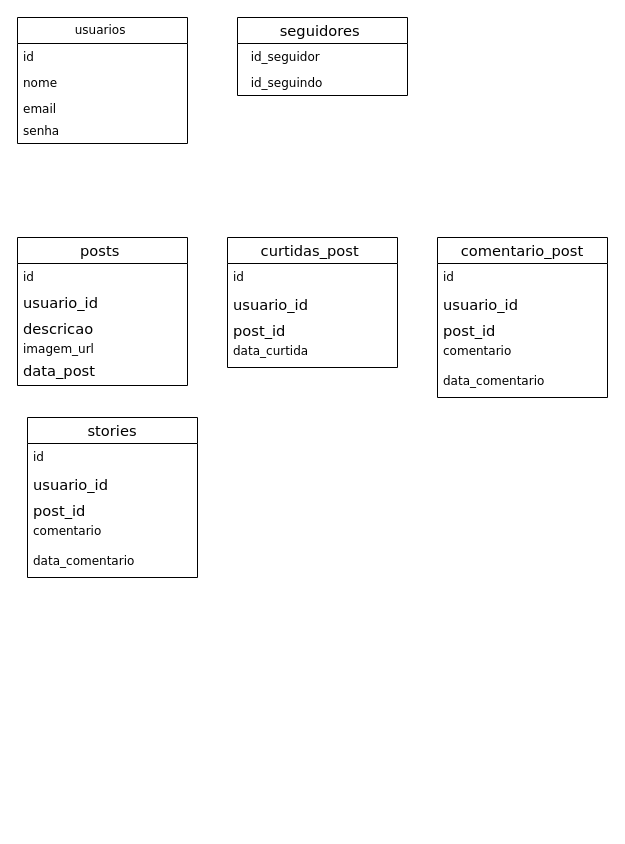
Before: instagram .drawio in gabrimota/Diagramas, a draw.io diagram. Source tidied: cells renumbered, new cells numbered last; positions are measured from the earlier drawing's top-left corner, leaving out a move shared by most shapes. Both pictures are drawn from the tidied source at 100%, with x=0, y=0 at pixel (17, 17).
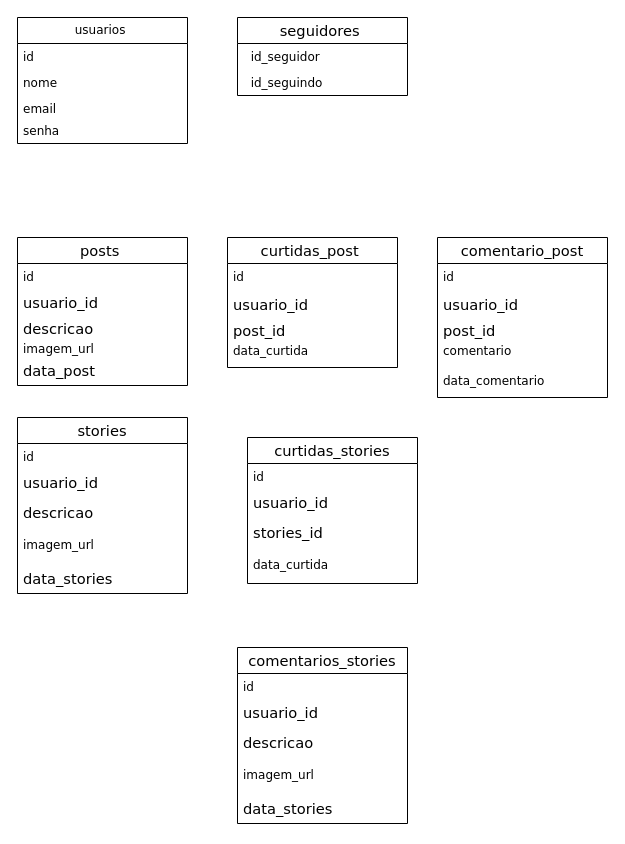
The same page after the edit.

Diff of the diagram source:
```diff
@@
     <mxCell id="27" value="&lt;span id=&quot;docs-internal-guid-b637a96a-7fff-86a3-83ad-5937b34f5723&quot;&gt;&lt;span style=&quot;font-size: 11pt; color: rgb(0, 0, 0); background-color: transparent; font-variant-numeric: normal; font-variant-east-asian: normal; font-variant-alternates: normal; font-variant-position: normal; font-variant-emoji: normal; vertical-align: baseline; white-space-collapse: preserve;&quot;&gt;stories&lt;/span&gt;&lt;/span&gt;" style="swimlane;fontStyle=0;horizontal=1;startSize=26;fillColor=none;whiteSpace=wrap;html=1;fontFamily=Verdana;" parent="1" vertex="1">
-      <mxGeometry x="10" y="400" width="170" height="160" as="geometry" />
+      <mxGeometry y="400" width="170" height="176" as="geometry" />
     </mxCell>
-    <mxCell id="28" value="id&amp;nbsp; &amp;nbsp;&amp;nbsp;" style="text;strokeColor=none;fillColor=none;align=left;verticalAlign=top;spacingLeft=4;spacingRight=4;overflow=hidden;whiteSpace=wrap;html=1;fontFamily=Verdana;" parent="27" vertex="1">
-      <mxGeometry y="26" width="170" height="26" as="geometry" />
-    </mxCell>
-    <mxCell id="29" value="&lt;span id=&quot;docs-internal-guid-b994578e-7fff-46da-24de-aa7fc4ab6b1c&quot;&gt;&lt;span style=&quot;font-size: 11pt; color: rgb(0, 0, 0); background-color: transparent; font-variant-numeric: normal; font-variant-east-asian: normal; font-variant-alternates: normal; font-variant-position: normal; font-variant-emoji: normal; vertical-align: baseline; white-space-collapse: preserve;&quot;&gt;usuario_id &lt;/span&gt;&lt;/span&gt;" style="text;strokeColor=none;fillColor=none;align=left;verticalAlign=top;spacingLeft=4;spacingRight=4;overflow=hidden;whiteSpace=wrap;html=1;fontFamily=Verdana;" parent="27" vertex="1">
-      <mxGeometry y="52" width="170" height="26" as="geometry" />
-    </mxCell>
-    <mxCell id="30" value="&lt;span id=&quot;docs-internal-guid-8b86d98f-7fff-773e-81e2-166032f2e981&quot;&gt;&lt;span style=&quot;font-size: 11pt; color: rgb(0, 0, 0); background-color: transparent; font-variant-numeric: normal; font-variant-east-asian: normal; font-variant-alternates: normal; font-variant-position: normal; font-variant-emoji: normal; vertical-align: baseline; white-space-collapse: preserve;&quot;&gt;post_id&lt;/span&gt;&lt;/span&gt;" style="text;strokeColor=none;fillColor=none;align=left;verticalAlign=top;spacingLeft=4;spacingRight=4;overflow=hidden;whiteSpace=wrap;html=1;fontFamily=Verdana;" parent="27" vertex="1">
-      <mxGeometry y="78" width="170" height="22" as="geometry" />
-    </mxCell>
-    <mxCell id="31" value="comentario" style="text;strokeColor=none;fillColor=none;align=left;verticalAlign=top;spacingLeft=4;spacingRight=4;overflow=hidden;whiteSpace=wrap;html=1;fontFamily=Verdana;" parent="27" vertex="1">
-      <mxGeometry y="100" width="170" height="30" as="geometry" />
-    </mxCell>
-    <mxCell id="32" value="data_comentario" style="text;strokeColor=none;fillColor=none;align=left;verticalAlign=top;spacingLeft=4;spacingRight=4;overflow=hidden;whiteSpace=wrap;html=1;fontFamily=Verdana;" parent="27" vertex="1">
-      <mxGeometry y="130" width="170" height="30" as="geometry" />
-    </mxCell>
+    <mxCell id="33" value="id&amp;nbsp;&amp;nbsp;" style="text;strokeColor=none;fillColor=none;align=left;verticalAlign=top;spacingLeft=4;spacingRight=4;overflow=hidden;whiteSpace=wrap;html=1;fontFamily=Verdana;" parent="27" vertex="1">
+      <mxGeometry y="26" width="170" height="24" as="geometry" />
+    </mxCell>
+    <mxCell id="34" value="&lt;span id=&quot;docs-internal-guid-b994578e-7fff-46da-24de-aa7fc4ab6b1c&quot;&gt;&lt;span style=&quot;font-size: 11pt; color: rgb(0, 0, 0); background-color: transparent; font-variant-numeric: normal; font-variant-east-asian: normal; font-variant-alternates: normal; font-variant-position: normal; font-variant-emoji: normal; vertical-align: baseline; white-space-collapse: preserve;&quot;&gt;usuario_id &lt;/span&gt;&lt;/span&gt;" style="text;strokeColor=none;fillColor=none;align=left;verticalAlign=top;spacingLeft=4;spacingRight=4;overflow=hidden;whiteSpace=wrap;html=1;fontFamily=Verdana;" parent="27" vertex="1">
+      <mxGeometry y="50" width="170" height="30" as="geometry" />
+    </mxCell>
+    <mxCell id="35" value="&lt;span id=&quot;docs-internal-guid-8b86d98f-7fff-773e-81e2-166032f2e981&quot;&gt;&lt;span style=&quot;font-size: 11pt; color: rgb(0, 0, 0); background-color: transparent; font-variant-numeric: normal; font-variant-east-asian: normal; font-variant-alternates: normal; font-variant-position: normal; font-variant-emoji: normal; vertical-align: baseline; white-space-collapse: preserve;&quot;&gt;descricao &lt;/span&gt;&lt;/span&gt;" style="text;strokeColor=none;fillColor=none;align=left;verticalAlign=top;spacingLeft=4;spacingRight=4;overflow=hidden;whiteSpace=wrap;html=1;fontFamily=Verdana;" parent="27" vertex="1">
+      <mxGeometry y="80" width="170" height="34" as="geometry" />
+    </mxCell>
+    <mxCell id="36" value="imagem_url&amp;nbsp;" style="text;strokeColor=none;fillColor=none;align=left;verticalAlign=top;spacingLeft=4;spacingRight=4;overflow=hidden;whiteSpace=wrap;html=1;fontFamily=Verdana;" parent="27" vertex="1">
+      <mxGeometry y="114" width="170" height="32" as="geometry" />
+    </mxCell>
+    <mxCell id="37" value="&lt;span id=&quot;docs-internal-guid-64afa6a9-7fff-0db7-e2cf-44706ea9bf8e&quot;&gt;&lt;span style=&quot;font-size: 11pt; color: rgb(0, 0, 0); background-color: transparent; font-variant-numeric: normal; font-variant-east-asian: normal; font-variant-alternates: normal; font-variant-position: normal; font-variant-emoji: normal; vertical-align: baseline; white-space-collapse: preserve;&quot;&gt;data_stories &lt;/span&gt;&lt;/span&gt;" style="text;strokeColor=none;fillColor=none;align=left;verticalAlign=top;spacingLeft=4;spacingRight=4;overflow=hidden;whiteSpace=wrap;html=1;fontFamily=Verdana;" parent="27" vertex="1">
+      <mxGeometry y="146" width="170" height="30" as="geometry" />
+    </mxCell>
+    <mxCell id="38" value="&lt;span id=&quot;docs-internal-guid-b637a96a-7fff-86a3-83ad-5937b34f5723&quot;&gt;&lt;span style=&quot;font-size: 11pt; color: rgb(0, 0, 0); background-color: transparent; font-variant-numeric: normal; font-variant-east-asian: normal; font-variant-alternates: normal; font-variant-position: normal; font-variant-emoji: normal; vertical-align: baseline; white-space-collapse: preserve;&quot;&gt;curtidas_stories&lt;/span&gt;&lt;/span&gt;" style="swimlane;fontStyle=0;horizontal=1;startSize=26;fillColor=none;whiteSpace=wrap;html=1;fontFamily=Verdana;" parent="1" vertex="1">
+      <mxGeometry x="230" y="420" width="170" height="146" as="geometry" />
+    </mxCell>
+    <mxCell id="39" value="id&amp;nbsp;&amp;nbsp;" style="text;strokeColor=none;fillColor=none;align=left;verticalAlign=top;spacingLeft=4;spacingRight=4;overflow=hidden;whiteSpace=wrap;html=1;fontFamily=Verdana;" parent="38" vertex="1">
+      <mxGeometry y="26" width="170" height="24" as="geometry" />
+    </mxCell>
+    <mxCell id="40" value="&lt;span id=&quot;docs-internal-guid-b994578e-7fff-46da-24de-aa7fc4ab6b1c&quot;&gt;&lt;span style=&quot;font-size: 11pt; color: rgb(0, 0, 0); background-color: transparent; font-variant-numeric: normal; font-variant-east-asian: normal; font-variant-alternates: normal; font-variant-position: normal; font-variant-emoji: normal; vertical-align: baseline; white-space-collapse: preserve;&quot;&gt;usuario_id &lt;/span&gt;&lt;/span&gt;" style="text;strokeColor=none;fillColor=none;align=left;verticalAlign=top;spacingLeft=4;spacingRight=4;overflow=hidden;whiteSpace=wrap;html=1;fontFamily=Verdana;" parent="38" vertex="1">
+      <mxGeometry y="50" width="170" height="30" as="geometry" />
+    </mxCell>
+    <mxCell id="41" value="&lt;span id=&quot;docs-internal-guid-8b86d98f-7fff-773e-81e2-166032f2e981&quot;&gt;&lt;span style=&quot;font-size: 11pt; color: rgb(0, 0, 0); background-color: transparent; font-variant-numeric: normal; font-variant-east-asian: normal; font-variant-alternates: normal; font-variant-position: normal; font-variant-emoji: normal; vertical-align: baseline; white-space-collapse: preserve;&quot;&gt;stories_id&lt;/span&gt;&lt;/span&gt;" style="text;strokeColor=none;fillColor=none;align=left;verticalAlign=top;spacingLeft=4;spacingRight=4;overflow=hidden;whiteSpace=wrap;html=1;fontFamily=Verdana;" parent="38" vertex="1">
+      <mxGeometry y="80" width="170" height="34" as="geometry" />
+    </mxCell>
+    <mxCell id="42" value="data_curtida" style="text;strokeColor=none;fillColor=none;align=left;verticalAlign=top;spacingLeft=4;spacingRight=4;overflow=hidden;whiteSpace=wrap;html=1;fontFamily=Verdana;" parent="38" vertex="1">
+      <mxGeometry y="114" width="170" height="32" as="geometry" />
+    </mxCell>
+    <mxCell id="43" value="&lt;span id=&quot;docs-internal-guid-b637a96a-7fff-86a3-83ad-5937b34f5723&quot;&gt;&lt;span style=&quot;font-size: 11pt; color: rgb(0, 0, 0); background-color: transparent; font-variant-numeric: normal; font-variant-east-asian: normal; font-variant-alternates: normal; font-variant-position: normal; font-variant-emoji: normal; vertical-align: baseline; white-space-collapse: preserve;&quot;&gt;comentarios_stories&lt;/span&gt;&lt;/span&gt;" style="swimlane;fontStyle=0;horizontal=1;startSize=26;fillColor=none;whiteSpace=wrap;html=1;fontFamily=Verdana;" parent="1" vertex="1">
+      <mxGeometry x="220" y="630" width="170" height="176" as="geometry" />
+    </mxCell>
+    <mxCell id="44" value="id&amp;nbsp;&amp;nbsp;" style="text;strokeColor=none;fillColor=none;align=left;verticalAlign=top;spacingLeft=4;spacingRight=4;overflow=hidden;whiteSpace=wrap;html=1;fontFamily=Verdana;" parent="43" vertex="1">
+      <mxGeometry y="26" width="170" height="24" as="geometry" />
+    </mxCell>
+    <mxCell id="45" value="&lt;span id=&quot;docs-internal-guid-b994578e-7fff-46da-24de-aa7fc4ab6b1c&quot;&gt;&lt;span style=&quot;font-size: 11pt; color: rgb(0, 0, 0); background-color: transparent; font-variant-numeric: normal; font-variant-east-asian: normal; font-variant-alternates: normal; font-variant-position: normal; font-variant-emoji: normal; vertical-align: baseline; white-space-collapse: preserve;&quot;&gt;usuario_id &lt;/span&gt;&lt;/span&gt;" style="text;strokeColor=none;fillColor=none;align=left;verticalAlign=top;spacingLeft=4;spacingRight=4;overflow=hidden;whiteSpace=wrap;html=1;fontFamily=Verdana;" parent="43" vertex="1">
+      <mxGeometry y="50" width="170" height="30" as="geometry" />
+    </mxCell>
+    <mxCell id="46" value="&lt;span id=&quot;docs-internal-guid-8b86d98f-7fff-773e-81e2-166032f2e981&quot;&gt;&lt;span style=&quot;font-size: 11pt; color: rgb(0, 0, 0); background-color: transparent; font-variant-numeric: normal; font-variant-east-asian: normal; font-variant-alternates: normal; font-variant-position: normal; font-variant-emoji: normal; vertical-align: baseline; white-space-collapse: preserve;&quot;&gt;descricao &lt;/span&gt;&lt;/span&gt;" style="text;strokeColor=none;fillColor=none;align=left;verticalAlign=top;spacingLeft=4;spacingRight=4;overflow=hidden;whiteSpace=wrap;html=1;fontFamily=Verdana;" parent="43" vertex="1">
+      <mxGeometry y="80" width="170" height="34" as="geometry" />
+    </mxCell>
+    <mxCell id="47" value="imagem_url&amp;nbsp;" style="text;strokeColor=none;fillColor=none;align=left;verticalAlign=top;spacingLeft=4;spacingRight=4;overflow=hidden;whiteSpace=wrap;html=1;fontFamily=Verdana;" parent="43" vertex="1">
+      <mxGeometry y="114" width="170" height="32" as="geometry" />
+    </mxCell>
+    <mxCell id="48" value="&lt;span id=&quot;docs-internal-guid-64afa6a9-7fff-0db7-e2cf-44706ea9bf8e&quot;&gt;&lt;span style=&quot;font-size: 11pt; color: rgb(0, 0, 0); background-color: transparent; font-variant-numeric: normal; font-variant-east-asian: normal; font-variant-alternates: normal; font-variant-position: normal; font-variant-emoji: normal; vertical-align: baseline; white-space-collapse: preserve;&quot;&gt;data_stories &lt;/span&gt;&lt;/span&gt;" style="text;strokeColor=none;fillColor=none;align=left;verticalAlign=top;spacingLeft=4;spacingRight=4;overflow=hidden;whiteSpace=wrap;html=1;fontFamily=Verdana;" parent="43" vertex="1">
+      <mxGeometry y="146" width="170" height="30" as="geometry" />
+    </mxCell>
```
